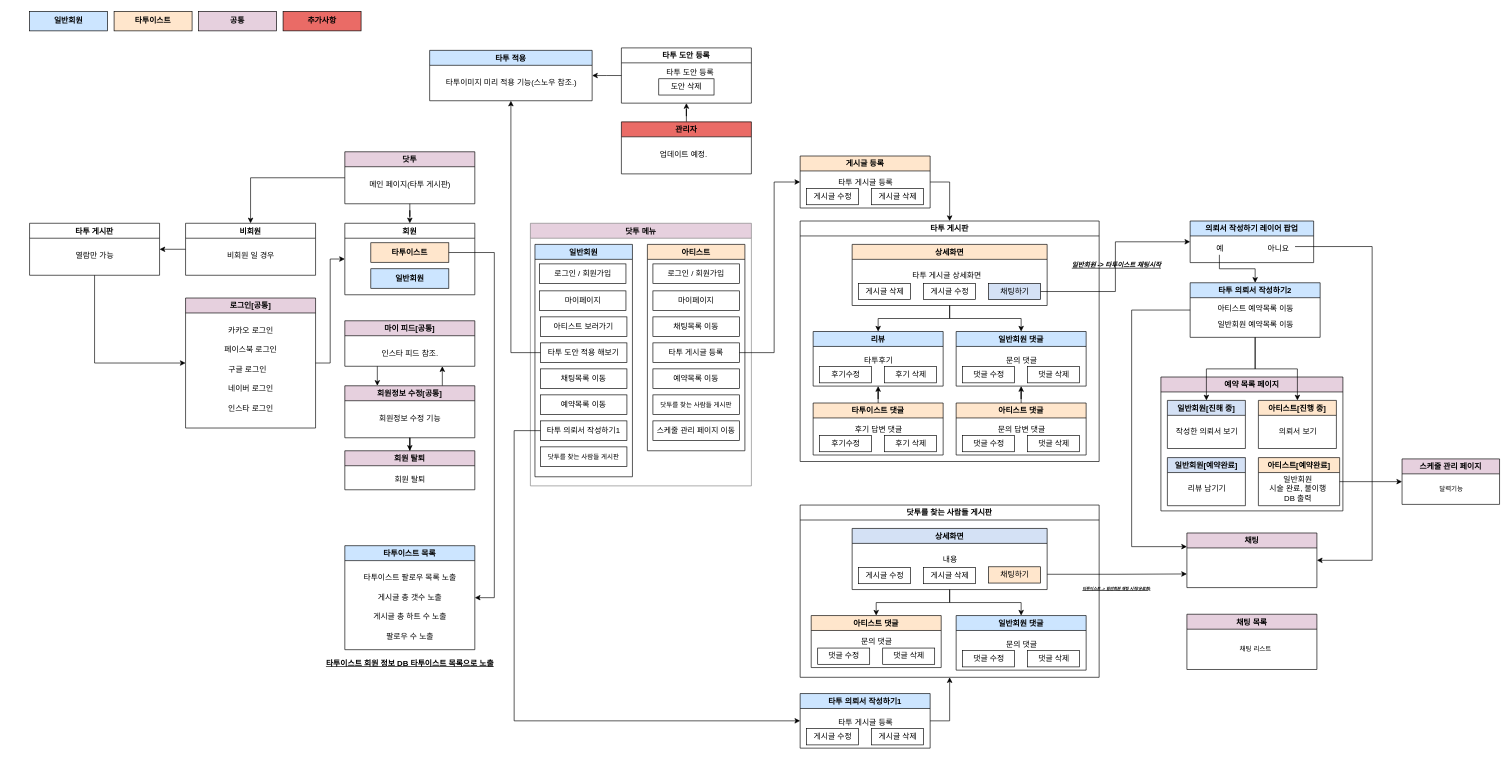
Before: Untitled Diagram.drawio in COSMOS98/DoTattoo, a draw.io diagram. Source tidied: cells renumbered, new cells numbered last; positions are measured from the earlier drawing's top-left corner, leaving out a move shared by most shapes. Both pictures are drawn from the tidied source at 65%, with x=0, y=0 at pixel (29, 11).
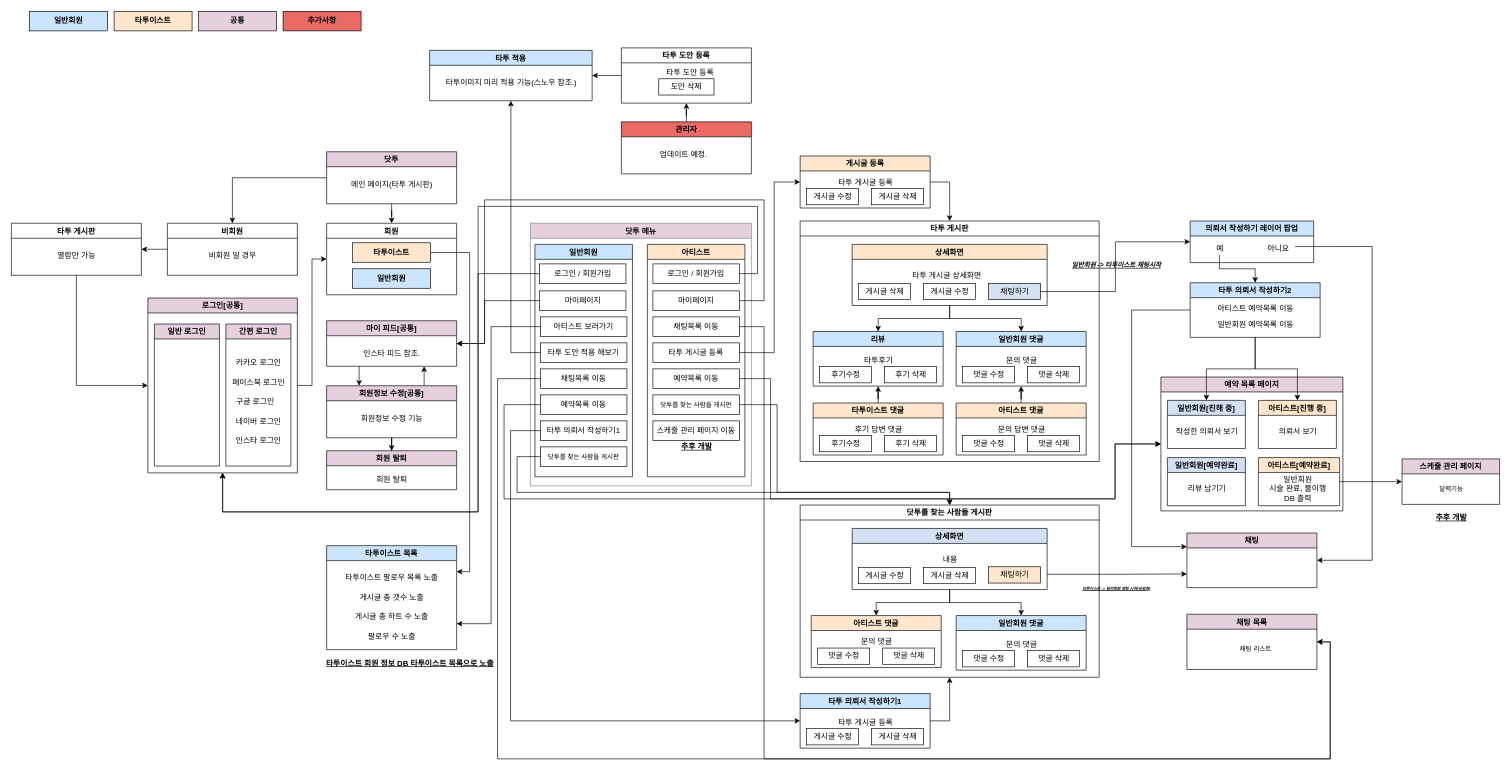
After the change.

The change refers to these unchanged cells:
```xml
<mxCell id="2" value="닷투 메뉴" style="swimlane;fillColor=#E6D0DE;strokeColor=#808080;" parent="1" vertex="1">
  <mxGeometry x="770.5" y="326" width="340" height="404" as="geometry" />
</mxCell>
<mxCell id="4" value="로그인 / 회원가입" style="rounded=0;whiteSpace=wrap;html=1;fillColor=none;" parent="3" vertex="1">
  <mxGeometry x="7" y="30" width="133" height="30" as="geometry" />
</mxCell>
<mxCell id="5" value="아티스트 보러가기" style="rounded=0;whiteSpace=wrap;html=1;fillColor=none;" parent="3" vertex="1">
  <mxGeometry x="8.5" y="111.5" width="133" height="30" as="geometry" />
</mxCell>
<mxCell id="7" value="채팅목록 이동" style="rounded=0;whiteSpace=wrap;html=1;fillColor=none;" parent="3" vertex="1">
  <mxGeometry x="8.5" y="191.5" width="133" height="30" as="geometry" />
</mxCell>
<mxCell id="8" value="예약목록 이동" style="rounded=0;whiteSpace=wrap;html=1;fillColor=none;" parent="3" vertex="1">
  <mxGeometry x="8.5" y="231.5" width="133" height="30" as="geometry" />
</mxCell>
<mxCell id="9" value="타투 의뢰서 작성하기1" style="rounded=0;whiteSpace=wrap;html=1;fillColor=none;" parent="3" vertex="1">
  <mxGeometry x="8.5" y="271.5" width="133" height="30" as="geometry" />
</mxCell>
<mxCell id="10" value="&lt;font style=&quot;font-size: 10px&quot;&gt;닷투를 찾는 사람들 게시판&lt;/font&gt;" style="rounded=0;whiteSpace=wrap;html=1;fillColor=none;" parent="3" vertex="1">
  <mxGeometry x="8.5" y="311.5" width="133" height="30" as="geometry" />
</mxCell>
<mxCell id="11" value="마이페이지" style="rounded=0;whiteSpace=wrap;html=1;fillColor=none;" parent="3" vertex="1">
  <mxGeometry x="7" y="71.5" width="133" height="30" as="geometry" />
</mxCell>
<mxCell id="13" value="로그인 / 회원가입" style="rounded=0;whiteSpace=wrap;html=1;fillColor=none;" parent="12" vertex="1">
  <mxGeometry x="8.5" y="30" width="133" height="30" as="geometry" />
</mxCell>
<mxCell id="14" value="채팅목록 이동" style="rounded=0;whiteSpace=wrap;html=1;fillColor=none;" parent="12" vertex="1">
  <mxGeometry x="8.5" y="111.5" width="133" height="30" as="geometry" />
</mxCell>
<mxCell id="15" value="예약목록 이동" style="rounded=0;whiteSpace=wrap;html=1;fillColor=none;" parent="12" vertex="1">
  <mxGeometry x="8.5" y="191.5" width="133" height="30" as="geometry" />
</mxCell>
<mxCell id="17" value="&lt;span style=&quot;font-size: 10px&quot;&gt;닷투를 찾는 사람들 게시판&lt;/span&gt;" style="rounded=0;whiteSpace=wrap;html=1;fillColor=none;" parent="12" vertex="1">
  <mxGeometry x="8.5" y="231.5" width="133" height="30" as="geometry" />
</mxCell>
<mxCell id="19" value="마이페이지" style="rounded=0;whiteSpace=wrap;html=1;fillColor=none;" parent="12" vertex="1">
  <mxGeometry x="8.5" y="71.5" width="133" height="30" as="geometry" />
</mxCell>
<mxCell id="24" value="&lt;b&gt;타투이스트&lt;/b&gt;" style="rounded=0;whiteSpace=wrap;html=1;fillColor=#FFE6CC;" parent="23" vertex="1">
  <mxGeometry x="40" y="30" width="120" height="30" as="geometry" />
</mxCell>
<mxCell id="91" value="닷투를 찾는 사람들 게시판" style="swimlane;strokeColor=#000000;fillColor=none;" parent="1" vertex="1">
  <mxGeometry x="1185.5" y="759.5" width="460" height="265" as="geometry" />
</mxCell>
<mxCell id="108" value="타투 의뢰서 작성하기1" style="swimlane;strokeColor=#000000;fillColor=#CCE5FF;startSize=23;" parent="1" vertex="1">
  <mxGeometry x="1185.5" y="1049.5" width="200" height="84" as="geometry" />
</mxCell>
<mxCell id="113" value="예약 목록 페이지" style="swimlane;strokeColor=#000000;fillColor=#E6D0DE;" parent="1" vertex="1">
  <mxGeometry x="1740.5" y="562.5" width="280" height="206" as="geometry" />
</mxCell>
<mxCell id="122" value="채팅 목록" style="swimlane;strokeColor=#000000;fillColor=#E6D0DE;startSize=23;" parent="1" vertex="1">
  <mxGeometry x="1780.5" y="927.5" width="200" height="85" as="geometry" />
</mxCell>
```

Change to the diagram source:
```diff
@@
     <mxCell id="12" value="아티스트" style="swimlane;strokeColor=#000000;fillColor=#FFE6CC;startSize=23;" parent="2" vertex="1">
-      <mxGeometry x="180" y="32.5" width="150" height="317.5" as="geometry" />
+      <mxGeometry x="180" y="32.5" width="150" height="357.5" as="geometry" />
     </mxCell>
@@
+    <mxCell id="154" value="&lt;b&gt;&lt;u&gt;추후 개발&lt;/u&gt;&lt;/b&gt;" style="text;html=1;align=center;verticalAlign=middle;strokeColor=none;fillColor=none;" parent="12" vertex="1">
+      <mxGeometry x="40" y="301.5" width="70" height="20" as="geometry" />
+    </mxCell>
@@
     <mxCell id="21" value="비회원" style="swimlane;strokeColor=#000000;fillColor=none;" parent="1" vertex="1">
-      <mxGeometry x="240" y="326" width="200" height="80" as="geometry" />
+      <mxGeometry x="212" y="326" width="200" height="80" as="geometry" />
     </mxCell>
@@
     <mxCell id="23" value="회원" style="swimlane;strokeColor=#000000;fillColor=none;" parent="1" vertex="1">
-      <mxGeometry x="485" y="326" width="200" height="110" as="geometry" />
+      <mxGeometry x="457" y="326" width="200" height="110" as="geometry" />
     </mxCell>
@@
     <mxCell id="26" value="타투 게시판" style="swimlane;strokeColor=#000000;fillColor=none;" parent="1" vertex="1">
-      <mxGeometry y="326" width="200" height="80" as="geometry" />
+      <mxGeometry x="-28" y="326" width="200" height="80" as="geometry" />
     </mxCell>
@@
     <mxCell id="29" value="로그인[공통]" style="swimlane;strokeColor=#000000;fillColor=#E6D0DE;" parent="1" vertex="1">
-      <mxGeometry x="240" y="441" width="200" height="200" as="geometry" />
+      <mxGeometry x="182" y="441" width="230" height="269" as="geometry" />
     </mxCell>
+    <mxCell id="155" value="간편 로그인" style="swimlane;strokeColor=#000000;fillColor=#E6D0DE;" parent="29" vertex="1">
+      <mxGeometry x="120" y="40" width="100" height="218.5" as="geometry" />
+    </mxCell>
-    <mxCell id="30" value="네이버 로그인" style="text;html=1;align=center;verticalAlign=middle;strokeColor=none;fillColor=none;" parent="29" vertex="1">
-      <mxGeometry x="55" y="130" width="90" height="20" as="geometry" />
+    <mxCell id="30" value="네이버 로그인" style="text;html=1;align=center;verticalAlign=middle;strokeColor=none;fillColor=none;" parent="155" vertex="1">
+      <mxGeometry x="5" y="140" width="90" height="20" as="geometry" />
     </mxCell>
-    <mxCell id="31" value="구글 로그인" style="text;html=1;align=center;verticalAlign=middle;strokeColor=none;fillColor=none;" parent="29" vertex="1">
-      <mxGeometry x="55" y="100" width="80" height="20" as="geometry" />
+    <mxCell id="31" value="구글 로그인" style="text;html=1;align=center;verticalAlign=middle;strokeColor=none;fillColor=none;" parent="155" vertex="1">
+      <mxGeometry x="5" y="110" width="80" height="20" as="geometry" />
     </mxCell>
-    <mxCell id="32" value="페이스북 로그인" style="text;html=1;align=center;verticalAlign=middle;strokeColor=none;fillColor=none;" parent="29" vertex="1">
-      <mxGeometry x="50" y="70" width="100" height="20" as="geometry" />
+    <mxCell id="32" value="페이스북 로그인" style="text;html=1;align=center;verticalAlign=middle;strokeColor=none;fillColor=none;" parent="155" vertex="1">
+      <mxGeometry y="80" width="100" height="20" as="geometry" />
     </mxCell>
-    <mxCell id="33" value="카카오 로그인" style="text;html=1;align=center;verticalAlign=middle;strokeColor=none;fillColor=none;" parent="29" vertex="1">
-      <mxGeometry x="55" y="40" width="90" height="20" as="geometry" />
+    <mxCell id="33" value="카카오 로그인" style="text;html=1;align=center;verticalAlign=middle;strokeColor=none;fillColor=none;" parent="155" vertex="1">
+      <mxGeometry x="5" y="50" width="90" height="20" as="geometry" />
     </mxCell>
-    <mxCell id="34" value="인스타 로그인" style="text;html=1;align=center;verticalAlign=middle;strokeColor=none;fillColor=none;" parent="29" vertex="1">
-      <mxGeometry x="55" y="160" width="90" height="20" as="geometry" />
+    <mxCell id="34" value="인스타 로그인" style="text;html=1;align=center;verticalAlign=middle;strokeColor=none;fillColor=none;" parent="155" vertex="1">
+      <mxGeometry x="5" y="170" width="90" height="20" as="geometry" />
     </mxCell>
+    <mxCell id="156" value="일반 로그인" style="swimlane;strokeColor=#000000;fillColor=#E6D0DE;" parent="29" vertex="1">
+      <mxGeometry x="10" y="40" width="100" height="218.5" as="geometry" />
+    </mxCell>
@@
     <mxCell id="36" value="마이 피드[공통]" style="swimlane;strokeColor=#000000;fillColor=#E6D0DE;" parent="1" vertex="1">
-      <mxGeometry x="485" y="476" width="200" height="70" as="geometry" />
+      <mxGeometry x="457" y="476" width="200" height="70" as="geometry" />
     </mxCell>
@@
     <mxCell id="40" value="회원정보 수정[공통]" style="swimlane;strokeColor=#000000;fillColor=#E6D0DE;" parent="1" vertex="1">
-      <mxGeometry x="485" y="576" width="200" height="80" as="geometry" />
+      <mxGeometry x="457" y="576" width="200" height="80" as="geometry" />
     </mxCell>
@@
     <mxCell id="70" value="타투이스트 목록" style="swimlane;strokeColor=#000000;fillColor=#CCE5FF;" parent="1" vertex="1">
-      <mxGeometry x="485" y="822" width="200" height="160" as="geometry" />
+      <mxGeometry x="457" y="822" width="200" height="160" as="geometry" />
     </mxCell>
@@
     <mxCell id="88" value="회원 탈퇴" style="swimlane;fillColor=#E6D0DE;" parent="1" vertex="1">
-      <mxGeometry x="485" y="676" width="200" height="60" as="geometry" />
+      <mxGeometry x="457" y="676" width="200" height="60" as="geometry" />
     </mxCell>
@@
     <mxCell id="126" value="닷투" style="swimlane;strokeColor=#000000;fillColor=#E6D0DE;" parent="1" vertex="1">
-      <mxGeometry x="485" y="216" width="200" height="80" as="geometry" />
+      <mxGeometry x="457" y="216" width="200" height="80" as="geometry" />
     </mxCell>
@@
-    <mxCell id="143" style="edgeStyle=orthogonalEdgeStyle;rounded=0;jettySize=auto;html=1;entryX=1;entryY=0.5;entryDx=0;entryDy=0;exitX=1;exitY=0.5;exitDx=0;exitDy=0;" parent="1" edge="1" source="24" target="70">
-      <mxGeometry relative="1" as="geometry">
-        <Array as="points">
-          <mxPoint x="715" y="371" />
-          <mxPoint x="715" y="902" />
-        </Array>
-      </mxGeometry>
-    </mxCell>
@@
     <mxCell id="148" style="edgeStyle=orthogonalEdgeStyle;rounded=0;jettySize=auto;html=1;entryX=0;entryY=0.5;entryDx=0;entryDy=0;exitX=0;exitY=0.5;exitDx=0;exitDy=0;" parent="1" edge="1" source="9" target="108">
       <mxGeometry relative="1" as="geometry">
         <Array as="points">
-          <mxPoint x="745.5" y="645" />
-          <mxPoint x="745.5" y="1092" />
+          <mxPoint x="740" y="645" />
+          <mxPoint x="740" y="1092" />
         </Array>
       </mxGeometry>
     </mxCell>
@@
+    <mxCell id="157" style="edgeStyle=orthogonalEdgeStyle;rounded=0;jettySize=auto;html=1;entryX=0.5;entryY=1;entryDx=0;entryDy=0;" parent="1" edge="1" source="4" target="29">
+      <mxGeometry relative="1" as="geometry">
+        <Array as="points">
+          <mxPoint x="690" y="404" />
+          <mxPoint x="690" y="770" />
+          <mxPoint x="297" y="770" />
+        </Array>
+      </mxGeometry>
+    </mxCell>
+    <mxCell id="158" style="edgeStyle=orthogonalEdgeStyle;rounded=0;jettySize=auto;html=1;entryX=1;entryY=0.5;entryDx=0;entryDy=0;exitX=0;exitY=0.5;exitDx=0;exitDy=0;" parent="1" edge="1" source="7" target="122">
+      <mxGeometry relative="1" as="geometry">
+        <Array as="points">
+          <mxPoint x="720" y="565" />
+          <mxPoint x="720" y="1150" />
+          <mxPoint x="2001" y="1150" />
+          <mxPoint x="2001" y="970" />
+        </Array>
+      </mxGeometry>
+    </mxCell>
+    <mxCell id="159" style="edgeStyle=orthogonalEdgeStyle;rounded=0;jettySize=auto;html=1;entryX=0.5;entryY=0;entryDx=0;entryDy=0;exitX=0;exitY=0.5;exitDx=0;exitDy=0;" parent="1" edge="1" source="10" target="91">
+      <mxGeometry relative="1" as="geometry">
+        <Array as="points">
+          <mxPoint x="750" y="685" />
+          <mxPoint x="750" y="740" />
+          <mxPoint x="1416" y="740" />
+        </Array>
+      </mxGeometry>
+    </mxCell>
+    <mxCell id="160" value="&lt;b&gt;&lt;u&gt;추후 개발&lt;/u&gt;&lt;/b&gt;" style="text;html=1;align=center;verticalAlign=middle;strokeColor=none;fillColor=none;" parent="1" vertex="1">
+      <mxGeometry x="2151.5" y="768.5" width="70" height="20" as="geometry" />
+    </mxCell>
+    <mxCell id="161" style="edgeStyle=orthogonalEdgeStyle;rounded=0;jettySize=auto;html=1;entryX=1;entryY=0.5;entryDx=0;entryDy=0;" parent="1" edge="1" source="11" target="36">
+      <mxGeometry relative="1" as="geometry">
+        <Array as="points">
+          <mxPoint x="700" y="445" />
+          <mxPoint x="700" y="511" />
+        </Array>
+      </mxGeometry>
+    </mxCell>
+    <mxCell id="162" style="edgeStyle=orthogonalEdgeStyle;rounded=0;jettySize=auto;html=1;entryX=1;entryY=0.75;entryDx=0;entryDy=0;" parent="1" edge="1" source="5" target="70">
+      <mxGeometry relative="1" as="geometry">
+        <Array as="points">
+          <mxPoint x="710" y="485" />
+          <mxPoint x="710" y="942" />
+        </Array>
+      </mxGeometry>
+    </mxCell>
+    <mxCell id="143" style="edgeStyle=orthogonalEdgeStyle;rounded=0;jettySize=auto;html=1;entryX=1;entryY=0.25;entryDx=0;entryDy=0;exitX=1;exitY=0.5;exitDx=0;exitDy=0;" parent="1" edge="1" source="24" target="70">
+      <mxGeometry relative="1" as="geometry" />
+    </mxCell>
+    <mxCell id="163" style="edgeStyle=orthogonalEdgeStyle;rounded=0;jettySize=auto;html=1;entryX=0;entryY=0.5;entryDx=0;entryDy=0;exitX=0;exitY=0.5;exitDx=0;exitDy=0;" parent="1" edge="1" source="8" target="113">
+      <mxGeometry relative="1" as="geometry">
+        <Array as="points">
+          <mxPoint x="730" y="605" />
+          <mxPoint x="730" y="750" />
+          <mxPoint x="1670" y="750" />
+          <mxPoint x="1670" y="666" />
+        </Array>
+      </mxGeometry>
+    </mxCell>
+    <mxCell id="164" style="edgeStyle=orthogonalEdgeStyle;rounded=0;jettySize=auto;html=1;entryX=0.5;entryY=1;entryDx=0;entryDy=0;exitX=1;exitY=0.5;exitDx=0;exitDy=0;" parent="1" edge="1" source="13" target="29">
+      <mxGeometry relative="1" as="geometry">
+        <Array as="points">
+          <mxPoint x="1120" y="404" />
+          <mxPoint x="1120" y="300" />
+          <mxPoint x="690" y="300" />
+          <mxPoint x="690" y="770" />
+          <mxPoint x="297" y="770" />
+        </Array>
+      </mxGeometry>
+    </mxCell>
+    <mxCell id="165" style="edgeStyle=orthogonalEdgeStyle;rounded=0;jettySize=auto;html=1;entryX=1;entryY=0.5;entryDx=0;entryDy=0;exitX=1;exitY=0.5;exitDx=0;exitDy=0;" parent="1" edge="1" source="19" target="36">
+      <mxGeometry relative="1" as="geometry">
+        <Array as="points">
+          <mxPoint x="1130" y="445" />
+          <mxPoint x="1130" y="290" />
+          <mxPoint x="700" y="290" />
+          <mxPoint x="700" y="511" />
+        </Array>
+      </mxGeometry>
+    </mxCell>
+    <mxCell id="166" style="edgeStyle=orthogonalEdgeStyle;rounded=0;jettySize=auto;html=1;entryX=1;entryY=0.5;entryDx=0;entryDy=0;exitX=1;exitY=0.5;exitDx=0;exitDy=0;" parent="1" edge="1" source="14" target="122">
+      <mxGeometry relative="1" as="geometry">
+        <Array as="points">
+          <mxPoint x="1130" y="485" />
+          <mxPoint x="1130" y="1150" />
+          <mxPoint x="2001" y="1150" />
+          <mxPoint x="2001" y="970" />
+        </Array>
+      </mxGeometry>
+    </mxCell>
+    <mxCell id="167" style="edgeStyle=orthogonalEdgeStyle;rounded=0;jettySize=auto;html=1;entryX=0;entryY=0.5;entryDx=0;entryDy=0;" parent="1" edge="1" source="15" target="113">
+      <mxGeometry relative="1" as="geometry">
+        <Array as="points">
+          <mxPoint x="1140" y="565" />
+          <mxPoint x="1140" y="750" />
+          <mxPoint x="1670" y="750" />
+          <mxPoint x="1670" y="666" />
+        </Array>
+      </mxGeometry>
+    </mxCell>
+    <mxCell id="168" style="edgeStyle=orthogonalEdgeStyle;rounded=0;jettySize=auto;html=1;entryX=0.5;entryY=0;entryDx=0;entryDy=0;" parent="1" edge="1" source="17" target="91">
+      <mxGeometry relative="1" as="geometry">
+        <Array as="points">
+          <mxPoint x="1150" y="605" />
+          <mxPoint x="1150" y="740" />
+          <mxPoint x="1416" y="740" />
+        </Array>
+      </mxGeometry>
+    </mxCell>
```
